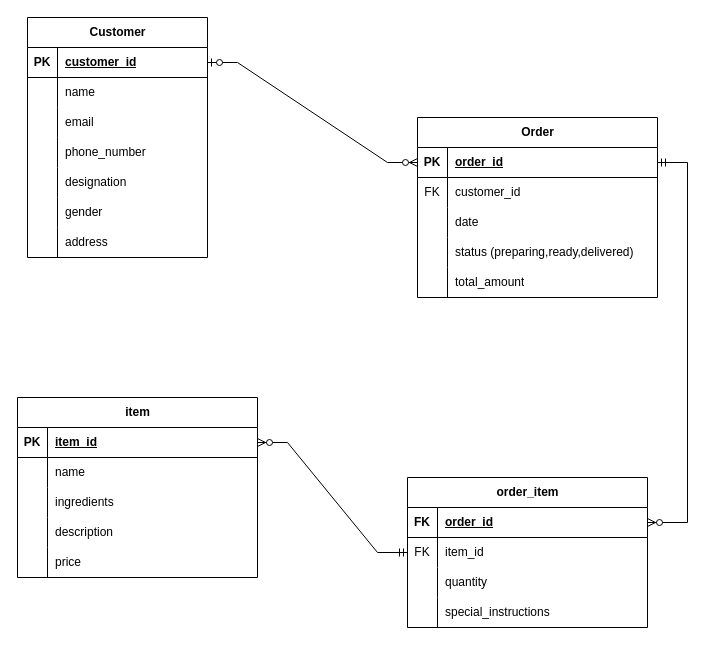
This is Database/ERD.drawio from tenze21/Food-ordering-web-app, a draw.io file, before an edit. Source tidied: cells renumbered, new cells numbered last; positions are measured from the earlier drawing's top-left corner, leaving out a move shared by most shapes. Both pictures are drawn from the tidied source at 100%, with x=0, y=0 at pixel (17, 17).
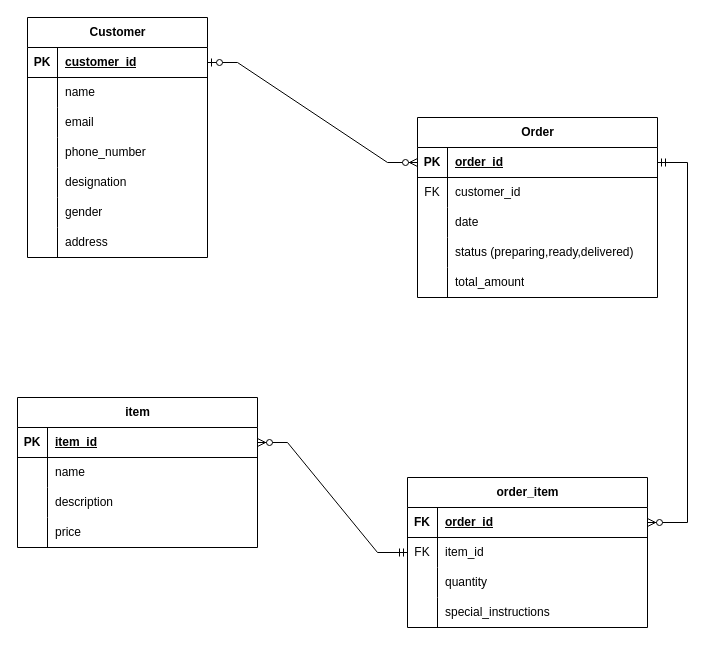
The same diagram, later.

The edit, as a diff of the source:
```diff
@@
     <mxCell id="40" value="item" style="shape=table;startSize=30;childLayout=tableLayout;rowLines=0;fontStyle=1;align=center;html=1;" parent="1" vertex="1">
-      <mxGeometry y="380" width="240" height="180" as="geometry" />
+      <mxGeometry y="380" width="240" height="150" as="geometry" />
     </mxCell>
@@
-    <mxCell id="47" style="shape=tableRow;horizontal=0;startSize=0;swimlaneHead=0;swimlaneBody=0;fillColor=none;top=0;left=0;right=0;bottom=0;" parent="40" vertex="1">
-      <mxGeometry y="90" width="240" height="30" as="geometry" />
-    </mxCell>
-    <mxCell id="48" style="shape=partialRectangle;fillColor=none;top=0;left=0;bottom=0;right=0;overflow=hidden;whiteSpace=wrap;html=1;" parent="47" vertex="1">
-      <mxGeometry width="30" height="30" as="geometry" />
-    </mxCell>
-    <mxCell id="49" value="ingredients" style="shape=partialRectangle;fillColor=none;top=0;left=0;bottom=0;right=0;align=left;spacingLeft=6;overflow=hidden;whiteSpace=wrap;html=1;" parent="47" vertex="1">
-      <mxGeometry x="30" width="210" height="30" as="geometry" />
-    </mxCell>
     <mxCell id="50" style="shape=tableRow;horizontal=0;startSize=0;swimlaneHead=0;swimlaneBody=0;fillColor=none;top=0;left=0;right=0;bottom=0;" parent="40" vertex="1">
-      <mxGeometry y="120" width="240" height="30" as="geometry" />
+      <mxGeometry y="90" width="240" height="30" as="geometry" />
     </mxCell>
@@
     <mxCell id="53" style="shape=tableRow;horizontal=0;startSize=0;swimlaneHead=0;swimlaneBody=0;fillColor=none;top=0;left=0;right=0;bottom=0;" parent="40" vertex="1">
-      <mxGeometry y="150" width="240" height="30" as="geometry" />
+      <mxGeometry y="120" width="240" height="30" as="geometry" />
     </mxCell>
```
